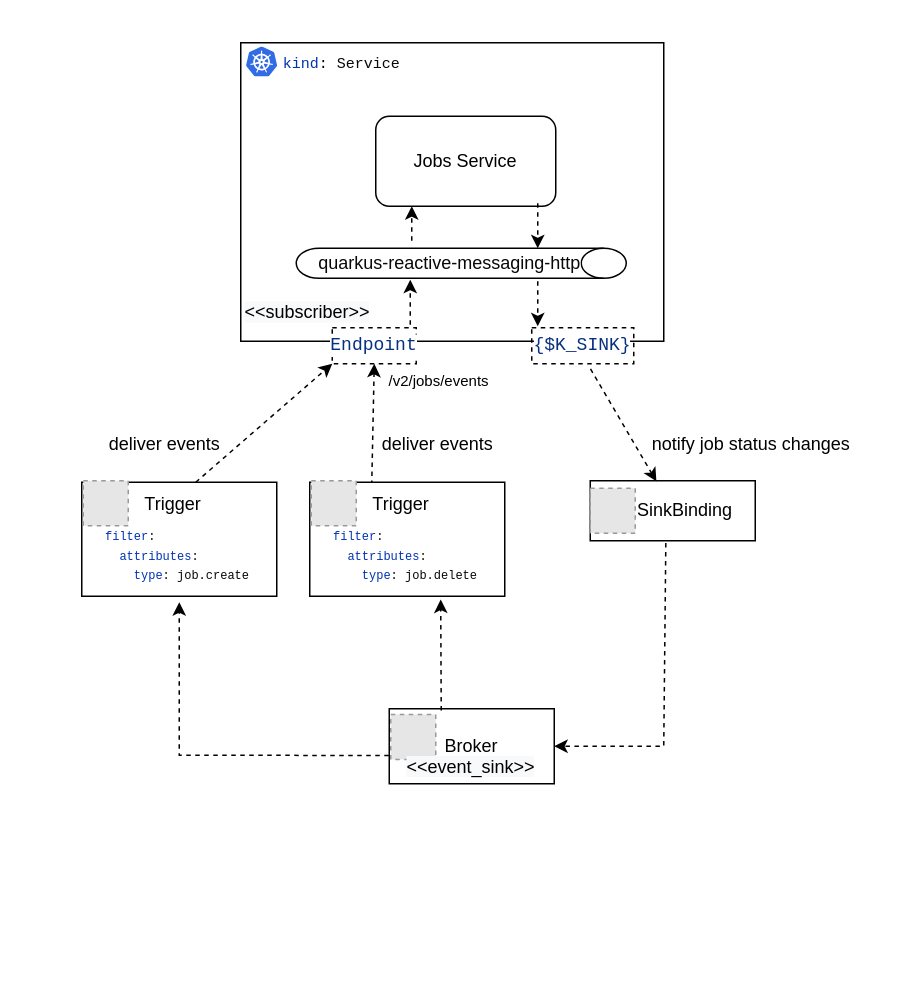
This is serverlessworkflow/modules/ROOT/assets/images/job-services/Knative-Eventing-API-Resources.drawio from wmedvede/kogito-docs, a draw.io file, before an edit. Source tidied: cells renumbered, new cells numbered last; positions are measured from the earlier drawing's top-left corner, leaving out a move shared by most shapes. Both pictures are drawn from the tidied source at 150%, with x=0, y=0 at pixel (26, 26). Pictures stored in the file or linked from it are replaced by grey dashed boxes.
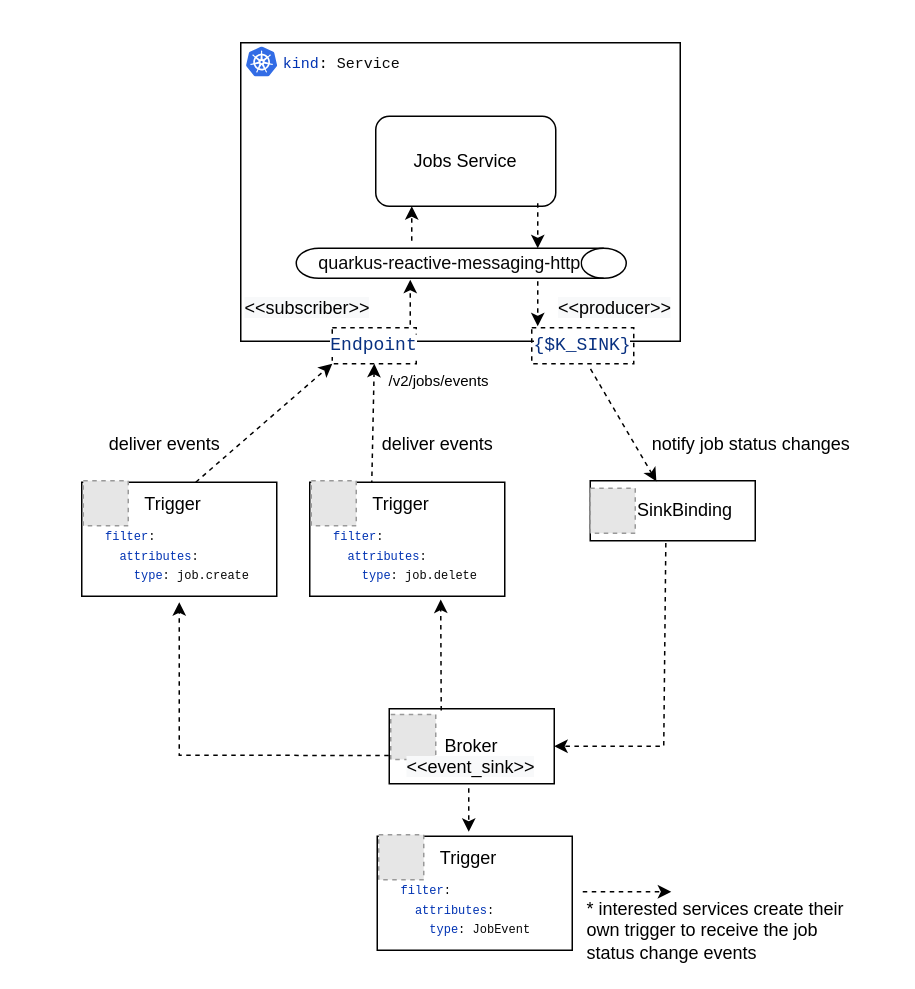
The same page after the edit.

Commit message (it also covers changes not shown here):
KOGITO-9463: Create a new guide describing the Job Services Quarkus Extensions     - Step2

The edit, as a diff of the source:
```diff
@@
     <mxCell id="7" style="group;" parent="1" vertex="1">
-      <mxGeometry x="143" y="3" width="282" height="236" as="geometry" />
+      <mxGeometry x="143" y="3" width="293" height="236" as="geometry" />
     </mxCell>
     <mxCell id="8" style="rounded=0;whiteSpace=wrap;html=1;fontFamily=Helvetica;fontSize=11;strokeColor=default;strokeWidth=1;fillColor=none;" parent="7" vertex="1">
-      <mxGeometry y="8" width="282" height="199" as="geometry" />
+      <mxGeometry y="8" width="293" height="199" as="geometry" />
     </mxCell>
@@
     <mxCell id="17" value="&lt;span style=&quot;color: rgb(0, 0, 0); font-family: Helvetica; font-size: 12px; font-style: normal; font-variant-ligatures: normal; font-variant-caps: normal; font-weight: 400; letter-spacing: normal; orphans: 2; text-align: center; text-indent: 0px; text-transform: none; widows: 2; word-spacing: 0px; -webkit-text-stroke-width: 0px; background-color: rgb(248, 249, 250); text-decoration-thickness: initial; text-decoration-style: initial; text-decoration-color: initial; float: none; display: inline !important;&quot;&gt;&amp;lt;&amp;lt;subscriber&amp;gt;&amp;gt;&lt;/span&gt;" style="text;whiteSpace=wrap;html=1;fontSize=12;fontFamily=Helvetica;" parent="7" vertex="1">
-      <mxGeometry x="1" y="174" width="110" height="30" as="geometry" />
+      <mxGeometry x="1" y="171" width="110" height="30" as="geometry" />
     </mxCell>
@@
+    <mxCell id="44" style="group;" parent="1" vertex="1">
+      <mxGeometry x="234" y="539" width="130" height="77" as="geometry" />
+    </mxCell>
+    <mxCell id="45" style="rounded=0;whiteSpace=wrap;html=1;fontFamily=Helvetica;fontSize=12;" parent="44" vertex="1">
+      <mxGeometry y="1" width="130" height="76" as="geometry" />
+    </mxCell>
+    <mxCell id="46" value="&lt;pre style=&quot;background-color: rgb(255, 255, 255); color: rgb(8, 8, 8); font-family: &amp;quot;JetBrains Mono&amp;quot;, monospace;&quot;&gt;&lt;font style=&quot;font-size: 8px;&quot;&gt;&lt;span style=&quot;color: rgb(0, 51, 179);&quot;&gt;filter&lt;/span&gt;:&lt;br&gt;  &lt;span style=&quot;color: rgb(0, 51, 179);&quot;&gt;attributes&lt;/span&gt;:&lt;br&gt;    &lt;span style=&quot;color: rgb(0, 51, 179);&quot;&gt;type&lt;/span&gt;: &lt;/font&gt;&lt;font style=&quot;font-size: 8px;&quot;&gt;JobEvent&lt;/font&gt;&lt;/pre&gt;" style="text;whiteSpace=wrap;html=1;fontSize=11;fontFamily=Helvetica;" parent="44" vertex="1">
+      <mxGeometry x="14" y="13" width="100" height="60" as="geometry" />
+    </mxCell>
+    <mxCell id="47" style="fillColor=#E6E6E6;strokeColor=#999999;dashed=1;verticalLabelPosition=bottom;verticalAlign=top;fontFamily=Helvetica;fontSize=12;" parent="44" vertex="1">
+      <mxGeometry x="1" width="30" height="30" as="geometry" />
+    </mxCell>
+    <mxCell id="48" value="Trigger" style="text;html=1;strokeColor=none;fillColor=none;align=center;verticalAlign=middle;whiteSpace=wrap;rounded=0;fontFamily=Helvetica;fontSize=12;" parent="44" vertex="1">
+      <mxGeometry x="31" y="1" width="60" height="30" as="geometry" />
+    </mxCell>
+    <mxCell id="49" style="endArrow=classic;html=1;rounded=0;fontFamily=Helvetica;fontSize=10;dashed=1;" parent="1" edge="1">
+      <mxGeometry relative="1" as="geometry">
+        <mxPoint x="295" y="508" as="sourcePoint" />
+        <mxPoint x="295" y="537" as="targetPoint" />
+      </mxGeometry>
+    </mxCell>
+    <mxCell id="50" style="endArrow=classic;html=1;rounded=0;fontFamily=Helvetica;fontSize=10;dashed=1;exitX=0.315;exitY=0.023;exitDx=0;exitDy=0;exitPerimeter=0;" parent="1" edge="1">
+      <mxGeometry relative="1" as="geometry">
+        <mxPoint x="371" y="577" as="sourcePoint" />
+        <mxPoint x="430" y="577" as="targetPoint" />
+      </mxGeometry>
+    </mxCell>
+    <mxCell id="51" value="* interested services create their own trigger to receive the job status change events" style="text;html=1;strokeColor=none;fillColor=none;align=left;verticalAlign=middle;whiteSpace=wrap;rounded=0;" parent="1" vertex="1">
+      <mxGeometry x="372" y="588" width="178" height="30" as="geometry" />
+    </mxCell>
+    <mxCell id="52" value="&lt;span style=&quot;color: rgb(0, 0, 0); font-family: Helvetica; font-size: 12px; font-style: normal; font-variant-ligatures: normal; font-variant-caps: normal; font-weight: 400; letter-spacing: normal; orphans: 2; text-align: center; text-indent: 0px; text-transform: none; widows: 2; word-spacing: 0px; -webkit-text-stroke-width: 0px; background-color: rgb(248, 249, 250); text-decoration-thickness: initial; text-decoration-style: initial; text-decoration-color: initial; float: none; display: inline !important;&quot;&gt;&amp;lt;&amp;lt;producer&amp;gt;&amp;gt;&lt;/span&gt;" style="text;whiteSpace=wrap;html=1;fontSize=12;fontFamily=Helvetica;" parent="1" vertex="1">
+      <mxGeometry x="353" y="174" width="110" height="30" as="geometry" />
+    </mxCell>
```
